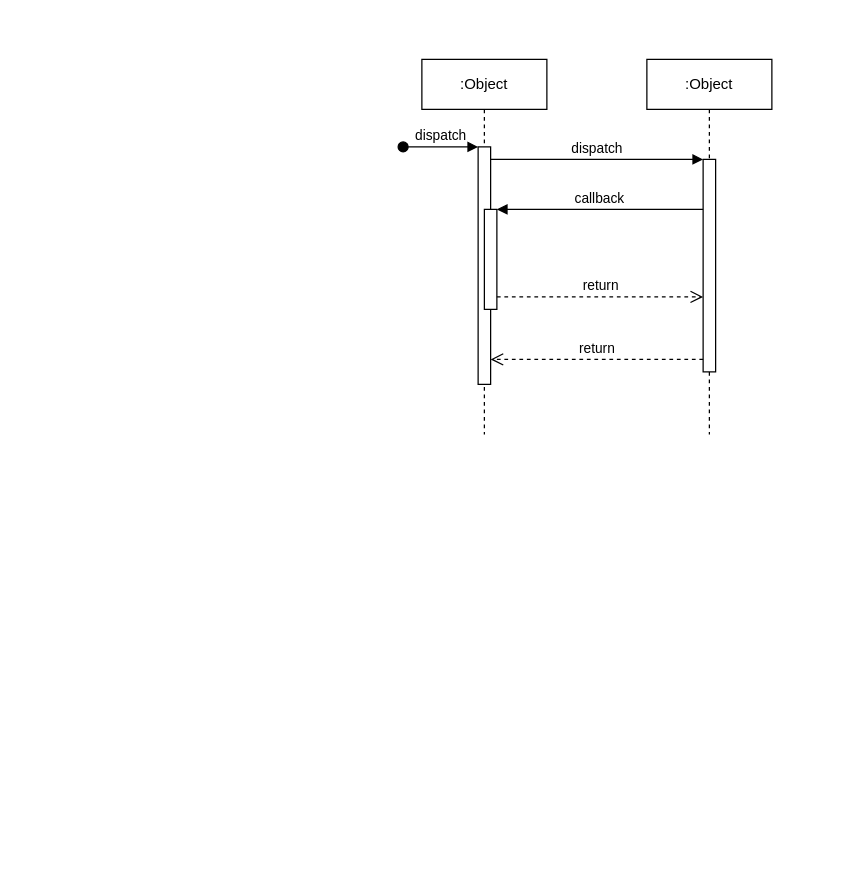
This is page "Registration" (1 of 4) of Sequence Diagram.drawio from shamim36/Final-Defence-Diagram, a draw.io file, before an edit. Source tidied: cells renumbered, new cells numbered last; positions are measured from the earlier drawing's top-left corner, leaving out a move shared by most shapes. Both pictures are drawn from the tidied source at 125%, with x=0, y=0 at pixel (402, 59).
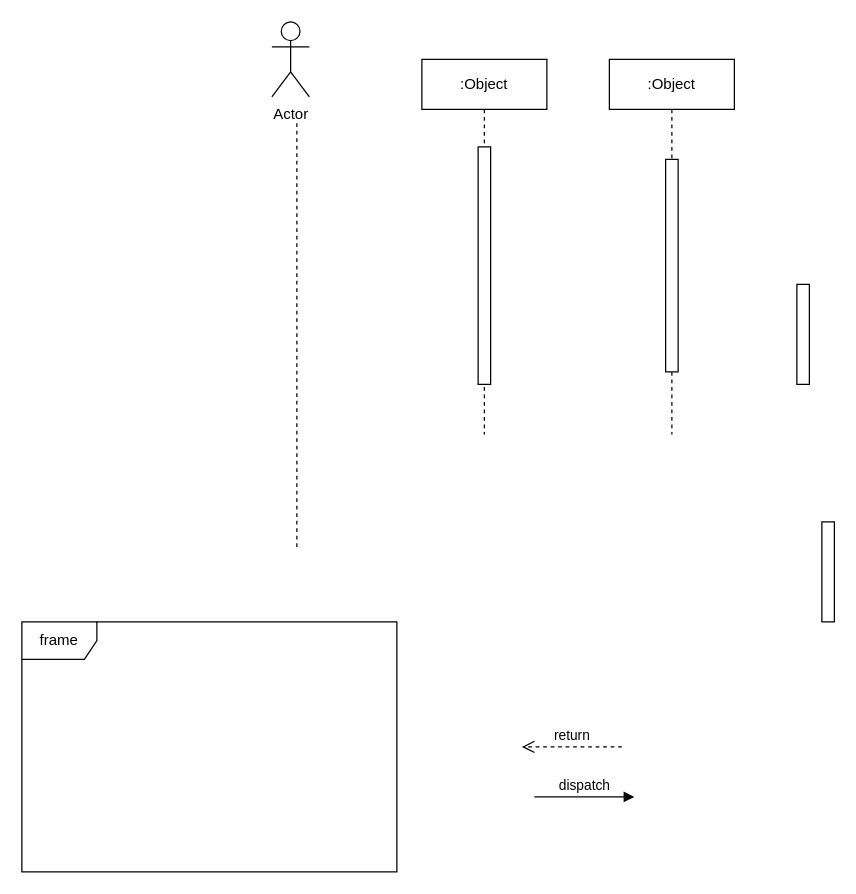
The same diagram, later.

The edit, as a diff of the source:
```diff
@@
 <mxGraphModel>
   <root>
     <mxCell id="0" />
     <mxCell id="1" parent="0" />
     <mxCell id="2" value=":Object" style="shape=umlLifeline;perimeter=lifelinePerimeter;whiteSpace=wrap;html=1;newEdgeStyle={&quot;edgeStyle&quot;:&quot;elbowEdgeStyle&quot;,&quot;elbow&quot;:&quot;vertical&quot;,&quot;curved&quot;:0,&quot;rounded&quot;:0};" parent="1" vertex="1">
       <mxGeometry x="15" width="100" height="300" as="geometry" />
     </mxCell>
     <mxCell id="3" style="html=1;points=[];perimeter=orthogonalPerimeter;outlineConnect=0;targetShapes=umlLifeline;portConstraint=eastwest;newEdgeStyle={&quot;edgeStyle&quot;:&quot;elbowEdgeStyle&quot;,&quot;elbow&quot;:&quot;vertical&quot;,&quot;curved&quot;:0,&quot;rounded&quot;:0};" parent="2" vertex="1">
       <mxGeometry x="45" y="70" width="10" height="190" as="geometry" />
     </mxCell>
-    <mxCell id="4" value="dispatch" style="html=1;verticalAlign=bottom;startArrow=oval;endArrow=block;startSize=8;edgeStyle=elbowEdgeStyle;elbow=vertical;curved=0;rounded=0;" parent="2" edge="1" target="3">
-      <mxGeometry relative="1" as="geometry">
-        <mxPoint x="-15" y="70" as="sourcePoint" />
-      </mxGeometry>
-    </mxCell>
-    <mxCell id="5" style="html=1;points=[];perimeter=orthogonalPerimeter;outlineConnect=0;targetShapes=umlLifeline;portConstraint=eastwest;newEdgeStyle={&quot;edgeStyle&quot;:&quot;elbowEdgeStyle&quot;,&quot;elbow&quot;:&quot;vertical&quot;,&quot;curved&quot;:0,&quot;rounded&quot;:0};" parent="2" vertex="1">
-      <mxGeometry x="50" y="120" width="10" height="80" as="geometry" />
-    </mxCell>
     <mxCell id="6" value=":Object" style="shape=umlLifeline;perimeter=lifelinePerimeter;whiteSpace=wrap;html=1;newEdgeStyle={&quot;edgeStyle&quot;:&quot;elbowEdgeStyle&quot;,&quot;elbow&quot;:&quot;vertical&quot;,&quot;curved&quot;:0,&quot;rounded&quot;:0};" parent="1" vertex="1">
-      <mxGeometry x="195" width="100" height="300" as="geometry" />
+      <mxGeometry x="165" width="100" height="300" as="geometry" />
     </mxCell>
     <mxCell id="7" style="html=1;points=[];perimeter=orthogonalPerimeter;outlineConnect=0;targetShapes=umlLifeline;portConstraint=eastwest;newEdgeStyle={&quot;edgeStyle&quot;:&quot;elbowEdgeStyle&quot;,&quot;elbow&quot;:&quot;vertical&quot;,&quot;curved&quot;:0,&quot;rounded&quot;:0};" parent="6" vertex="1">
       <mxGeometry x="45" y="80" width="10" height="170" as="geometry" />
     </mxCell>
-    <mxCell id="8" value="dispatch" style="html=1;verticalAlign=bottom;endArrow=block;edgeStyle=elbowEdgeStyle;elbow=vertical;curved=0;rounded=0;" parent="1" edge="1" source="3" target="7">
-      <mxGeometry relative="1" as="geometry">
-        <Array as="points">
-          <mxPoint x="155" y="80" />
-        </Array>
-      </mxGeometry>
-    </mxCell>
-    <mxCell id="9" value="return" style="html=1;verticalAlign=bottom;endArrow=open;dashed=1;endSize=8;edgeStyle=elbowEdgeStyle;elbow=vertical;curved=0;rounded=0;" parent="1" edge="1" source="7" target="3">
-      <mxGeometry relative="1" as="geometry">
-        <Array as="points">
-          <mxPoint x="165" y="240" />
-        </Array>
-      </mxGeometry>
-    </mxCell>
-    <mxCell id="10" value="callback" style="html=1;verticalAlign=bottom;endArrow=block;edgeStyle=elbowEdgeStyle;elbow=vertical;curved=0;rounded=0;" parent="1" edge="1" source="7" target="5">
-      <mxGeometry relative="1" as="geometry">
-        <Array as="points">
-          <mxPoint x="165" y="120" />
-        </Array>
-      </mxGeometry>
-    </mxCell>
-    <mxCell id="11" value="return" style="html=1;verticalAlign=bottom;endArrow=open;dashed=1;endSize=8;edgeStyle=elbowEdgeStyle;elbow=vertical;curved=0;rounded=0;" parent="1" edge="1" source="5" target="7">
-      <mxGeometry relative="1" as="geometry">
-        <Array as="points">
-          <mxPoint x="155" y="190" />
-        </Array>
-      </mxGeometry>
-    </mxCell>
+    <mxCell id="12" value="Actor" style="shape=umlActor;verticalLabelPosition=bottom;verticalAlign=top;html=1;" parent="1" vertex="1">
+      <mxGeometry x="-105" y="-30" width="30" height="60" as="geometry" />
+    </mxCell>
+    <mxCell id="13" style="endArrow=none;dashed=1;html=1;rounded=0;" parent="1" edge="1">
+      <mxGeometry relative="1" as="geometry">
+        <mxPoint x="-85" y="390" as="sourcePoint" />
+        <mxPoint x="-85" y="50" as="targetPoint" />
+      </mxGeometry>
+    </mxCell>
+    <mxCell id="14" style="html=1;perimeter=orthogonalPerimeter;targetShapes=umlLifeline;newEdgeStyle={&quot;curved&quot;:0,&quot;rounded&quot;:0};" parent="1" vertex="1">
+      <mxGeometry x="335" y="370" width="10" height="80" as="geometry" />
+    </mxCell>
+    <mxCell id="15" value="return" style="html=1;verticalAlign=bottom;endArrow=open;dashed=1;endSize=8;curved=0;rounded=0;" parent="1" edge="1">
+      <mxGeometry relative="1" as="geometry">
+        <mxPoint x="175" y="550" as="sourcePoint" />
+        <mxPoint x="95" y="550" as="targetPoint" />
+      </mxGeometry>
+    </mxCell>
+    <mxCell id="16" value="dispatch" style="html=1;verticalAlign=bottom;endArrow=block;curved=0;rounded=0;" parent="1" edge="1">
+      <mxGeometry relative="1" as="geometry">
+        <mxPoint x="105" y="590" as="sourcePoint" />
+        <mxPoint x="185" y="590" as="targetPoint" />
+      </mxGeometry>
+    </mxCell>
+    <mxCell id="5" style="html=1;points=[];perimeter=orthogonalPerimeter;outlineConnect=0;targetShapes=umlLifeline;portConstraint=eastwest;newEdgeStyle={&quot;edgeStyle&quot;:&quot;elbowEdgeStyle&quot;,&quot;elbow&quot;:&quot;vertical&quot;,&quot;curved&quot;:0,&quot;rounded&quot;:0};" parent="1" vertex="1">
+      <mxGeometry x="315" y="180" width="10" height="80" as="geometry" />
+    </mxCell>
+    <mxCell id="17" value="frame" style="shape=umlFrame;whiteSpace=wrap;html=1;" parent="1" vertex="1">
+      <mxGeometry x="-305" y="450" width="300" height="200" as="geometry" />
+    </mxCell>
   </root>
 </mxGraphModel>
```
